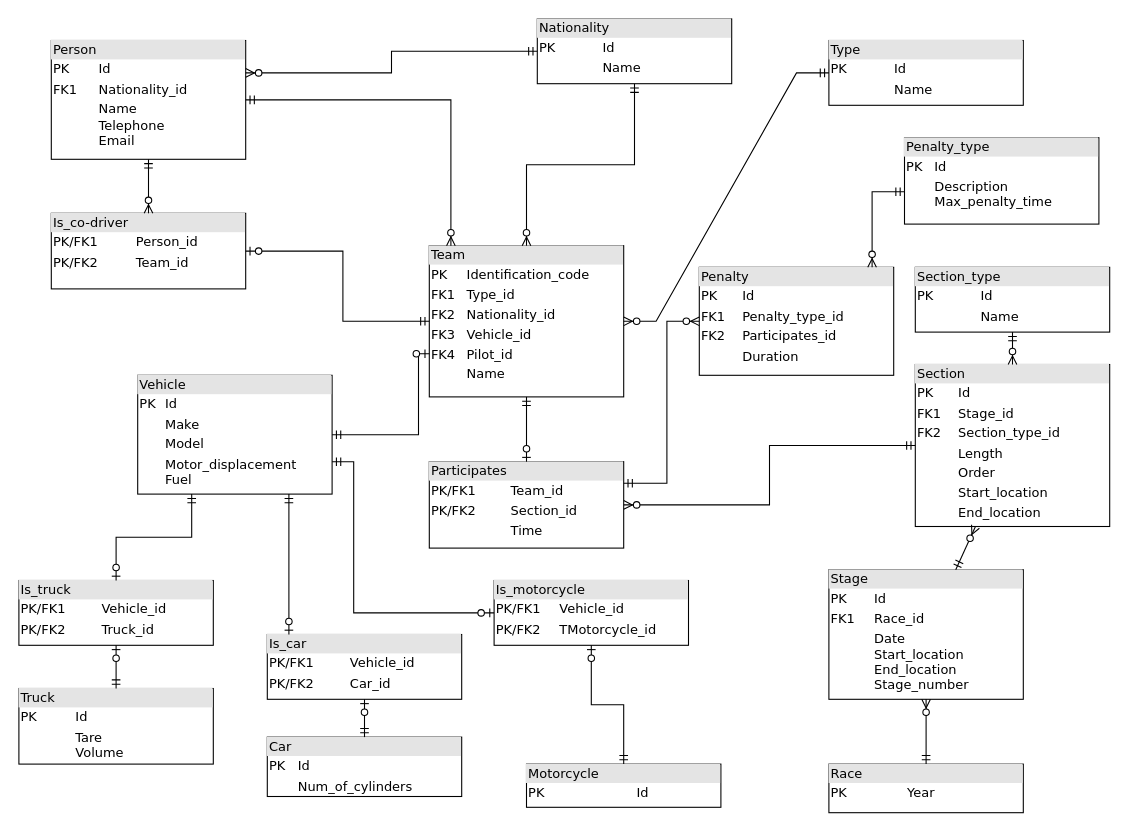
DanyKrk/ISEP_BDDAD_M1 keeps this draw.io diagram as Relational_Data_Model_Diagram.drawio. Above is the earlier version. Source tidied: cells renumbered, new cells numbered last; positions are measured from the earlier drawing's top-left corner, leaving out a move shared by most shapes. Both pictures are drawn from the tidied source at 108%, with x=0, y=0 at pixel (18, 18).
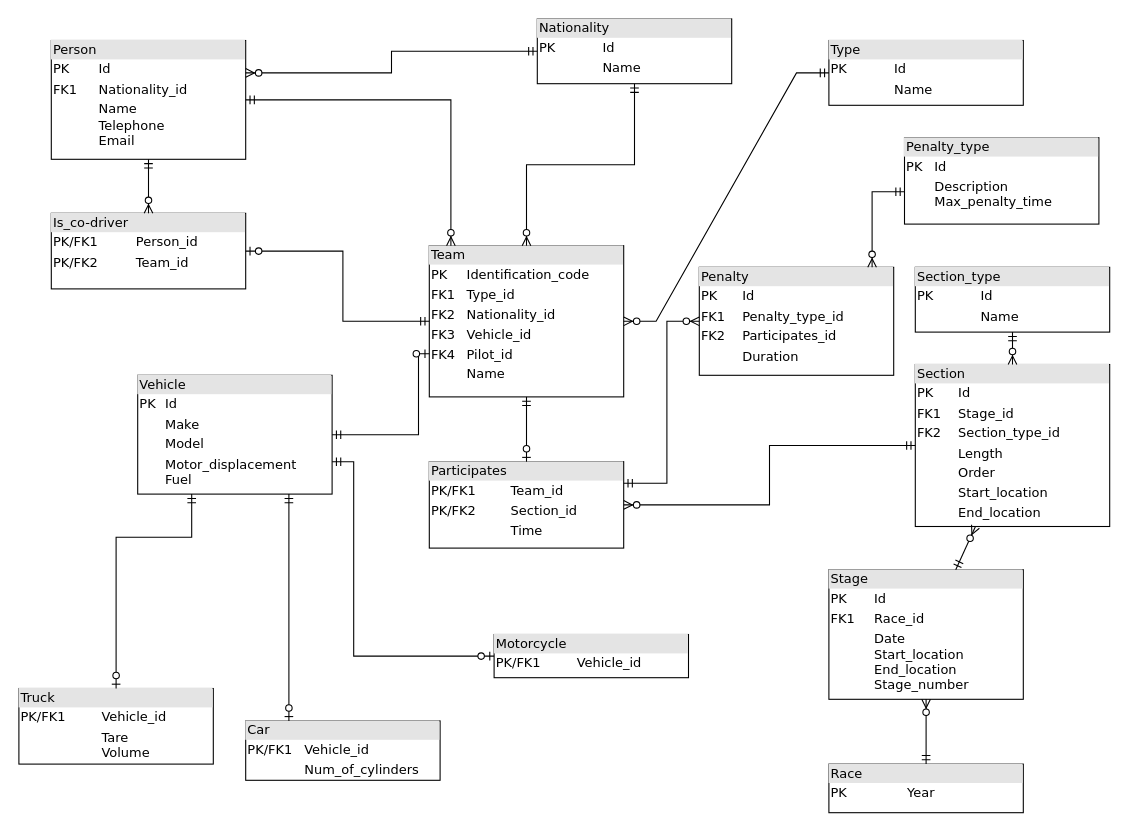
The same diagram, later.

Commit message:
Delete is_car, is_truck, is_moto

Unchanged cells that the change refers to:
```xml
<mxCell id="5" value="&lt;div style=&quot;box-sizing: border-box ; width: 100% ; background: #e4e4e4 ; padding: 2px&quot;&gt;Vehicle&lt;/div&gt;&lt;table style=&quot;width: 100% ; font-size: 1em&quot; cellpadding=&quot;2&quot; cellspacing=&quot;0&quot;&gt;&lt;tbody&gt;&lt;tr&gt;&lt;td&gt;PK&lt;/td&gt;&lt;td&gt;Id&lt;/td&gt;&lt;/tr&gt;&lt;tr&gt;&lt;td&gt;&lt;br&gt;&lt;/td&gt;&lt;td&gt;Make&lt;/td&gt;&lt;/tr&gt;&lt;tr&gt;&lt;td&gt;&lt;/td&gt;&lt;td&gt;Model&lt;/td&gt;&lt;/tr&gt;&lt;tr&gt;&lt;td&gt;&lt;br&gt;&lt;/td&gt;&lt;td&gt;Motor_displacement&lt;br&gt;Fuel&lt;/td&gt;&lt;/tr&gt;&lt;/tbody&gt;&lt;/table&gt;" style="verticalAlign=top;align=left;overflow=fill;html=1;rounded=0;shadow=0;comic=0;labelBackgroundColor=none;strokeWidth=1;fontFamily=Verdana;fontSize=12;" parent="1" vertex="1">
  <mxGeometry x="110" y="330" width="180" height="110" as="geometry" />
</mxCell>
```

Diff of the diagram source:
```diff
@@
-    <mxCell id="4" value="&lt;div style=&quot;box-sizing: border-box ; width: 100% ; background: #e4e4e4 ; padding: 2px&quot;&gt;Is_truck&lt;/div&gt;&lt;table style=&quot;width: 100% ; font-size: 1em&quot; cellpadding=&quot;2&quot; cellspacing=&quot;0&quot;&gt;&lt;tbody&gt;&lt;tr&gt;&lt;td&gt;PK/FK1&lt;/td&gt;&lt;td&gt;Vehicle_id&lt;/td&gt;&lt;/tr&gt;&lt;tr&gt;&lt;td&gt;PK/FK2&lt;/td&gt;&lt;td&gt;Truck_id&lt;/td&gt;&lt;/tr&gt;&lt;tr&gt;&lt;td&gt;&lt;/td&gt;&lt;td&gt;&lt;br&gt;&lt;/td&gt;&lt;/tr&gt;&lt;tr&gt;&lt;td&gt;&lt;br&gt;&lt;/td&gt;&lt;td&gt;&lt;br&gt;&lt;/td&gt;&lt;/tr&gt;&lt;/tbody&gt;&lt;/table&gt;" style="verticalAlign=top;align=left;overflow=fill;html=1;rounded=0;shadow=0;comic=0;labelBackgroundColor=none;strokeWidth=1;fontFamily=Verdana;fontSize=12;" parent="1" vertex="1">
-      <mxGeometry y="520" width="180" height="60" as="geometry" />
-    </mxCell>
@@
-    <mxCell id="13" value="&lt;div style=&quot;box-sizing: border-box ; width: 100% ; background: #e4e4e4 ; padding: 2px&quot;&gt;Car&lt;/div&gt;&lt;table style=&quot;width: 100% ; font-size: 1em&quot; cellpadding=&quot;2&quot; cellspacing=&quot;0&quot;&gt;&lt;tbody&gt;&lt;tr&gt;&lt;td&gt;PK&lt;/td&gt;&lt;td&gt;Id&lt;/td&gt;&lt;/tr&gt;&lt;tr&gt;&lt;td&gt;&lt;br&gt;&lt;/td&gt;&lt;td&gt;Num_of_cylinders&lt;/td&gt;&lt;/tr&gt;&lt;tr&gt;&lt;td&gt;&lt;/td&gt;&lt;td&gt;&lt;br&gt;&lt;/td&gt;&lt;/tr&gt;&lt;/tbody&gt;&lt;/table&gt;" style="verticalAlign=top;align=left;overflow=fill;html=1;rounded=0;shadow=0;comic=0;labelBackgroundColor=none;strokeWidth=1;fontFamily=Verdana;fontSize=12;" parent="1" vertex="1">
-      <mxGeometry x="230" y="665" width="180" height="55" as="geometry" />
+    <mxCell id="13" value="&lt;div style=&quot;box-sizing: border-box ; width: 100% ; background: #e4e4e4 ; padding: 2px&quot;&gt;Car&lt;/div&gt;&lt;table style=&quot;width: 100% ; font-size: 1em&quot; cellpadding=&quot;2&quot; cellspacing=&quot;0&quot;&gt;&lt;tbody&gt;&lt;tr&gt;&lt;td&gt;PK/FK1&lt;/td&gt;&lt;td&gt;Vehicle_id&lt;/td&gt;&lt;/tr&gt;&lt;tr&gt;&lt;td&gt;&lt;br&gt;&lt;/td&gt;&lt;td&gt;Num_of_cylinders&lt;/td&gt;&lt;/tr&gt;&lt;tr&gt;&lt;td&gt;&lt;/td&gt;&lt;td&gt;&lt;br&gt;&lt;/td&gt;&lt;/tr&gt;&lt;/tbody&gt;&lt;/table&gt;" style="verticalAlign=top;align=left;overflow=fill;html=1;rounded=0;shadow=0;comic=0;labelBackgroundColor=none;strokeWidth=1;fontFamily=Verdana;fontSize=12;" parent="1" vertex="1">
+      <mxGeometry x="210" y="650" width="180" height="55" as="geometry" />
     </mxCell>
@@
-    <mxCell id="23" value="&lt;div style=&quot;box-sizing: border-box ; width: 100% ; background: #e4e4e4 ; padding: 2px&quot;&gt;Is_car&lt;/div&gt;&lt;table style=&quot;width: 100% ; font-size: 1em&quot; cellpadding=&quot;2&quot; cellspacing=&quot;0&quot;&gt;&lt;tbody&gt;&lt;tr&gt;&lt;td&gt;PK/FK1&lt;/td&gt;&lt;td&gt;Vehicle_id&lt;/td&gt;&lt;/tr&gt;&lt;tr&gt;&lt;td&gt;PK/FK2&lt;/td&gt;&lt;td&gt;Car_id&lt;/td&gt;&lt;/tr&gt;&lt;tr&gt;&lt;td&gt;&lt;/td&gt;&lt;td&gt;&lt;br&gt;&lt;/td&gt;&lt;/tr&gt;&lt;tr&gt;&lt;td&gt;&lt;br&gt;&lt;/td&gt;&lt;td&gt;&lt;br&gt;&lt;/td&gt;&lt;/tr&gt;&lt;/tbody&gt;&lt;/table&gt;" style="verticalAlign=top;align=left;overflow=fill;html=1;rounded=0;shadow=0;comic=0;labelBackgroundColor=none;strokeWidth=1;fontFamily=Verdana;fontSize=12;" parent="1" vertex="1">
-      <mxGeometry x="230" y="570" width="180" height="60" as="geometry" />
-    </mxCell>
-    <mxCell id="24" value="&lt;div style=&quot;box-sizing: border-box ; width: 100% ; background: #e4e4e4 ; padding: 2px&quot;&gt;Is_motorcycle&lt;/div&gt;&lt;table style=&quot;width: 100% ; font-size: 1em&quot; cellpadding=&quot;2&quot; cellspacing=&quot;0&quot;&gt;&lt;tbody&gt;&lt;tr&gt;&lt;td&gt;PK/FK1&lt;/td&gt;&lt;td&gt;Vehicle_id&lt;/td&gt;&lt;/tr&gt;&lt;tr&gt;&lt;td&gt;PK/FK2&lt;/td&gt;&lt;td&gt;TMotorcycle_id&lt;/td&gt;&lt;/tr&gt;&lt;tr&gt;&lt;td&gt;&lt;/td&gt;&lt;td&gt;&lt;br&gt;&lt;/td&gt;&lt;/tr&gt;&lt;tr&gt;&lt;td&gt;&lt;br&gt;&lt;/td&gt;&lt;td&gt;&lt;br&gt;&lt;/td&gt;&lt;/tr&gt;&lt;/tbody&gt;&lt;/table&gt;" style="verticalAlign=top;align=left;overflow=fill;html=1;rounded=0;shadow=0;comic=0;labelBackgroundColor=none;strokeWidth=1;fontFamily=Verdana;fontSize=12;" parent="1" vertex="1">
-      <mxGeometry x="440" y="520" width="180" height="60" as="geometry" />
-    </mxCell>
-    <mxCell id="25" value="&lt;div style=&quot;box-sizing: border-box ; width: 100% ; background: #e4e4e4 ; padding: 2px&quot;&gt;Truck&lt;/div&gt;&lt;table style=&quot;width: 100% ; font-size: 1em&quot; cellpadding=&quot;2&quot; cellspacing=&quot;0&quot;&gt;&lt;tbody&gt;&lt;tr&gt;&lt;td&gt;PK&lt;/td&gt;&lt;td&gt;Id&lt;/td&gt;&lt;/tr&gt;&lt;tr&gt;&lt;td&gt;&lt;br&gt;&lt;/td&gt;&lt;td&gt;Tare&lt;br&gt;Volume&lt;/td&gt;&lt;/tr&gt;&lt;tr&gt;&lt;td&gt;&lt;/td&gt;&lt;td&gt;&lt;br&gt;&lt;/td&gt;&lt;/tr&gt;&lt;/tbody&gt;&lt;/table&gt;" style="verticalAlign=top;align=left;overflow=fill;html=1;rounded=0;shadow=0;comic=0;labelBackgroundColor=none;strokeWidth=1;fontFamily=Verdana;fontSize=12;" parent="1" vertex="1">
+    <mxCell id="25" value="&lt;div style=&quot;box-sizing: border-box ; width: 100% ; background: #e4e4e4 ; padding: 2px&quot;&gt;Truck&lt;/div&gt;&lt;table style=&quot;width: 100% ; font-size: 1em&quot; cellpadding=&quot;2&quot; cellspacing=&quot;0&quot;&gt;&lt;tbody&gt;&lt;tr&gt;&lt;td&gt;PK/FK1&lt;/td&gt;&lt;td&gt;Vehicle_id&lt;/td&gt;&lt;/tr&gt;&lt;tr&gt;&lt;td&gt;&lt;br&gt;&lt;/td&gt;&lt;td&gt;Tare&lt;br&gt;Volume&lt;/td&gt;&lt;/tr&gt;&lt;tr&gt;&lt;td&gt;&lt;/td&gt;&lt;td&gt;&lt;br&gt;&lt;/td&gt;&lt;/tr&gt;&lt;/tbody&gt;&lt;/table&gt;" style="verticalAlign=top;align=left;overflow=fill;html=1;rounded=0;shadow=0;comic=0;labelBackgroundColor=none;strokeWidth=1;fontFamily=Verdana;fontSize=12;" parent="1" vertex="1">
       <mxGeometry y="620" width="180" height="70" as="geometry" />
     </mxCell>
-    <mxCell id="26" value="&lt;div style=&quot;box-sizing: border-box ; width: 100% ; background: #e4e4e4 ; padding: 2px&quot;&gt;Motorcycle&lt;/div&gt;&lt;table style=&quot;width: 100% ; font-size: 1em&quot; cellpadding=&quot;2&quot; cellspacing=&quot;0&quot;&gt;&lt;tbody&gt;&lt;tr&gt;&lt;td&gt;PK&lt;/td&gt;&lt;td&gt;Id&lt;/td&gt;&lt;/tr&gt;&lt;tr&gt;&lt;td&gt;&lt;br&gt;&lt;/td&gt;&lt;td&gt;&lt;br&gt;&lt;/td&gt;&lt;/tr&gt;&lt;tr&gt;&lt;td&gt;&lt;/td&gt;&lt;td&gt;&lt;br&gt;&lt;/td&gt;&lt;/tr&gt;&lt;/tbody&gt;&lt;/table&gt;" style="verticalAlign=top;align=left;overflow=fill;html=1;rounded=0;shadow=0;comic=0;labelBackgroundColor=none;strokeWidth=1;fontFamily=Verdana;fontSize=12;" parent="1" vertex="1">
-      <mxGeometry x="470" y="690" width="180" height="40" as="geometry" />
+    <mxCell id="26" value="&lt;div style=&quot;box-sizing: border-box ; width: 100% ; background: #e4e4e4 ; padding: 2px&quot;&gt;Motorcycle&lt;/div&gt;&lt;table style=&quot;width: 100% ; font-size: 1em&quot; cellpadding=&quot;2&quot; cellspacing=&quot;0&quot;&gt;&lt;tbody&gt;&lt;tr&gt;&lt;td&gt;PK/FK1&lt;/td&gt;&lt;td&gt;Vehicle_id&lt;/td&gt;&lt;/tr&gt;&lt;tr&gt;&lt;td&gt;&lt;br&gt;&lt;/td&gt;&lt;td&gt;&lt;br&gt;&lt;/td&gt;&lt;/tr&gt;&lt;tr&gt;&lt;td&gt;&lt;/td&gt;&lt;td&gt;&lt;br&gt;&lt;/td&gt;&lt;/tr&gt;&lt;/tbody&gt;&lt;/table&gt;" style="verticalAlign=top;align=left;overflow=fill;html=1;rounded=0;shadow=0;comic=0;labelBackgroundColor=none;strokeWidth=1;fontFamily=Verdana;fontSize=12;" parent="1" vertex="1">
+      <mxGeometry x="440" y="570" width="180" height="40" as="geometry" />
     </mxCell>
-    <mxCell id="27" style="fontSize=12;html=1;endArrow=ERzeroToOne;startArrow=ERmandOne;rounded=0;" parent="1" edge="1" source="13" target="23">
-      <mxGeometry relative="1" as="geometry" />
-    </mxCell>
-    <mxCell id="28" style="fontSize=12;html=1;endArrow=ERzeroToOne;startArrow=ERmandOne;rounded=0;" parent="1" edge="1" source="25" target="4">
-      <mxGeometry relative="1" as="geometry" />
-    </mxCell>
-    <mxCell id="29" style="fontSize=12;html=1;endArrow=ERzeroToOne;startArrow=ERmandOne;rounded=0;edgeStyle=orthogonalEdgeStyle;" parent="1" edge="1" source="26" target="24">
-      <mxGeometry relative="1" as="geometry" />
-    </mxCell>
-    <mxCell id="30" style="fontSize=12;html=1;endArrow=ERzeroToOne;startArrow=ERmandOne;rounded=0;edgeStyle=orthogonalEdgeStyle;" parent="1" edge="1" source="5" target="4">
+    <mxCell id="30" style="fontSize=12;html=1;endArrow=ERzeroToOne;startArrow=ERmandOne;rounded=0;edgeStyle=orthogonalEdgeStyle;" parent="1" edge="1" source="5" target="25">
       <mxGeometry relative="1" as="geometry">
         <Array as="points">
           <mxPoint x="160" y="480" />
           <mxPoint x="90" y="480" />
         </Array>
       </mxGeometry>
     </mxCell>
-    <mxCell id="31" style="fontSize=12;html=1;endArrow=ERzeroToOne;startArrow=ERmandOne;rounded=0;edgeStyle=elbowEdgeStyle;" parent="1" edge="1" source="5" target="23">
+    <mxCell id="31" style="fontSize=12;html=1;endArrow=ERzeroToOne;startArrow=ERmandOne;rounded=0;edgeStyle=elbowEdgeStyle;" parent="1" edge="1" source="5" target="13">
       <mxGeometry relative="1" as="geometry">
         <Array as="points">
           <mxPoint x="250" y="500" />
         </Array>
       </mxGeometry>
     </mxCell>
-    <mxCell id="32" style="fontSize=12;html=1;endArrow=ERzeroToOne;startArrow=ERmandOne;rounded=0;edgeStyle=elbowEdgeStyle;" parent="1" edge="1" source="5" target="24">
+    <mxCell id="32" style="fontSize=12;html=1;endArrow=ERzeroToOne;startArrow=ERmandOne;rounded=0;edgeStyle=elbowEdgeStyle;" parent="1" edge="1" source="5" target="26">
       <mxGeometry relative="1" as="geometry">
         <Array as="points">
           <mxPoint x="310" y="410" />
           <mxPoint x="350" y="490" />
         </Array>
       </mxGeometry>
     </mxCell>
```
